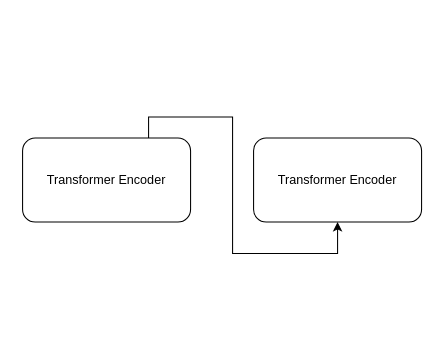
Above: transformer_isro.drawio in babangain/drawio (draw.io), before the change. Source tidied: cells renumbered, new cells numbered last; positions are measured from the earlier drawing's top-left corner, leaving out a move shared by most shapes. Both pictures are drawn from the tidied source at 105%, with x=0, y=0 at pixel (22, 117).
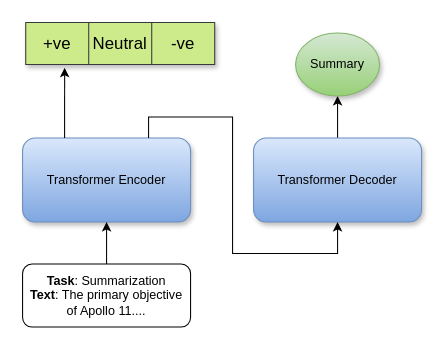
Above is the later version.

The edit, as a diff of the source:
```diff
@@
 <mxGraphModel>
   <root>
     <mxCell id="0" />
     <mxCell id="1" parent="0" />
-    <mxCell id="2" value="&lt;div&gt;Transformer Encoder&lt;/div&gt;" style="rounded=1;whiteSpace=wrap;html=1;" parent="1" vertex="1">
+    <mxCell id="2" value="&lt;div&gt;Transformer Encoder&lt;/div&gt;" style="rounded=1;whiteSpace=wrap;html=1;shadow=1;glass=0;fillColor=#dae8fc;strokeColor=#6c8ebf;gradientColor=#7ea6e0;" parent="1" vertex="1">
       <mxGeometry y="20" width="160" height="80" as="geometry" />
     </mxCell>
+    <mxCell id="5" style="edgeStyle=orthogonalEdgeStyle;rounded=0;jettySize=auto;html=1;" parent="1" edge="1" source="3" target="12">
+      <mxGeometry relative="1" as="geometry" />
+    </mxCell>
-    <mxCell id="3" value="&lt;div&gt;Transformer Encoder&lt;/div&gt;" style="rounded=1;whiteSpace=wrap;html=1;" parent="1" vertex="1">
+    <mxCell id="3" value="&lt;div&gt;Transformer Decoder&lt;/div&gt;" style="rounded=1;whiteSpace=wrap;html=1;shadow=1;fillColor=#dae8fc;strokeColor=#6c8ebf;gradientColor=#7ea6e0;" parent="1" vertex="1">
       <mxGeometry x="220" y="20" width="160" height="80" as="geometry" />
     </mxCell>
     <mxCell id="4" style="endArrow=classic;html=1;rounded=0;exitX=0.75;exitY=0;exitDx=0;exitDy=0;entryX=0.5;entryY=1;entryDx=0;entryDy=0;" parent="1" edge="1" source="2" target="3">
       <mxGeometry relative="1" as="geometry">
         <Array as="points">
           <mxPoint x="120" />
           <mxPoint x="200" />
           <mxPoint x="200" y="130" />
           <mxPoint x="300" y="130" />
         </Array>
       </mxGeometry>
     </mxCell>
+    <mxCell id="6" style="shape=table;startSize=0;childLayout=tableLayout;fontSize=16;rounded=1;shadow=1;fillColor=#cdeb8b;strokeColor=#36393d;" parent="1" vertex="1">
+      <mxGeometry x="3" y="-90" width="180" height="40" as="geometry" />
+    </mxCell>
+    <mxCell id="7" style="shape=tableRow;horizontal=0;startSize=0;swimlaneHead=0;swimlaneBody=0;strokeColor=inherit;top=0;left=0;bottom=0;right=0;fillColor=none;points=[[0,0.5],[1,0.5]];portConstraint=eastwest;fontSize=16;" parent="6" vertex="1">
+      <mxGeometry width="180" height="40" as="geometry" />
+    </mxCell>
+    <mxCell id="8" value="+ve" style="shape=partialRectangle;html=1;whiteSpace=wrap;strokeColor=inherit;overflow=hidden;fillColor=none;top=0;left=0;bottom=0;right=0;fontSize=16;" parent="7" vertex="1">
+      <mxGeometry width="60" height="40" as="geometry" />
+    </mxCell>
+    <mxCell id="9" value="Neutral" style="shape=partialRectangle;html=1;whiteSpace=wrap;strokeColor=inherit;overflow=hidden;fillColor=none;top=0;left=0;bottom=0;right=0;fontSize=16;" parent="7" vertex="1">
+      <mxGeometry x="60" width="60" height="40" as="geometry" />
+    </mxCell>
+    <mxCell id="10" value="-ve" style="shape=partialRectangle;html=1;whiteSpace=wrap;strokeColor=inherit;overflow=hidden;fillColor=none;top=0;left=0;bottom=0;right=0;fontSize=16;" parent="7" vertex="1">
+      <mxGeometry x="120" width="60" height="40" as="geometry" />
+    </mxCell>
+    <mxCell id="11" style="endArrow=classic;html=1;rounded=0;entryX=0.206;entryY=1.075;entryDx=0;entryDy=0;entryPerimeter=0;exitX=0.25;exitY=0;exitDx=0;exitDy=0;" parent="1" edge="1" source="2" target="7">
+      <mxGeometry relative="1" as="geometry" />
+    </mxCell>
+    <mxCell id="12" value="Summary" style="ellipse;whiteSpace=wrap;html=1;shadow=1;fillColor=#d5e8d4;gradientColor=#97d077;strokeColor=#82b366;" parent="1" vertex="1">
+      <mxGeometry x="260" y="-80" width="80" height="60" as="geometry" />
+    </mxCell>
+    <mxCell id="13" style="edgeStyle=orthogonalEdgeStyle;rounded=0;jettySize=auto;html=1;" parent="1" edge="1" source="14" target="2">
+      <mxGeometry relative="1" as="geometry" />
+    </mxCell>
+    <mxCell id="14" value="&lt;div&gt;&lt;b&gt;Task&lt;/b&gt;: Summarization&lt;/div&gt;&lt;div&gt;&lt;b&gt;Text&lt;/b&gt;: The primary objective of Apollo 11....&lt;/div&gt;" style="rounded=1;whiteSpace=wrap;html=1;" parent="1" vertex="1">
+      <mxGeometry y="140" width="160" height="60" as="geometry" />
+    </mxCell>
   </root>
 </mxGraphModel>
```
